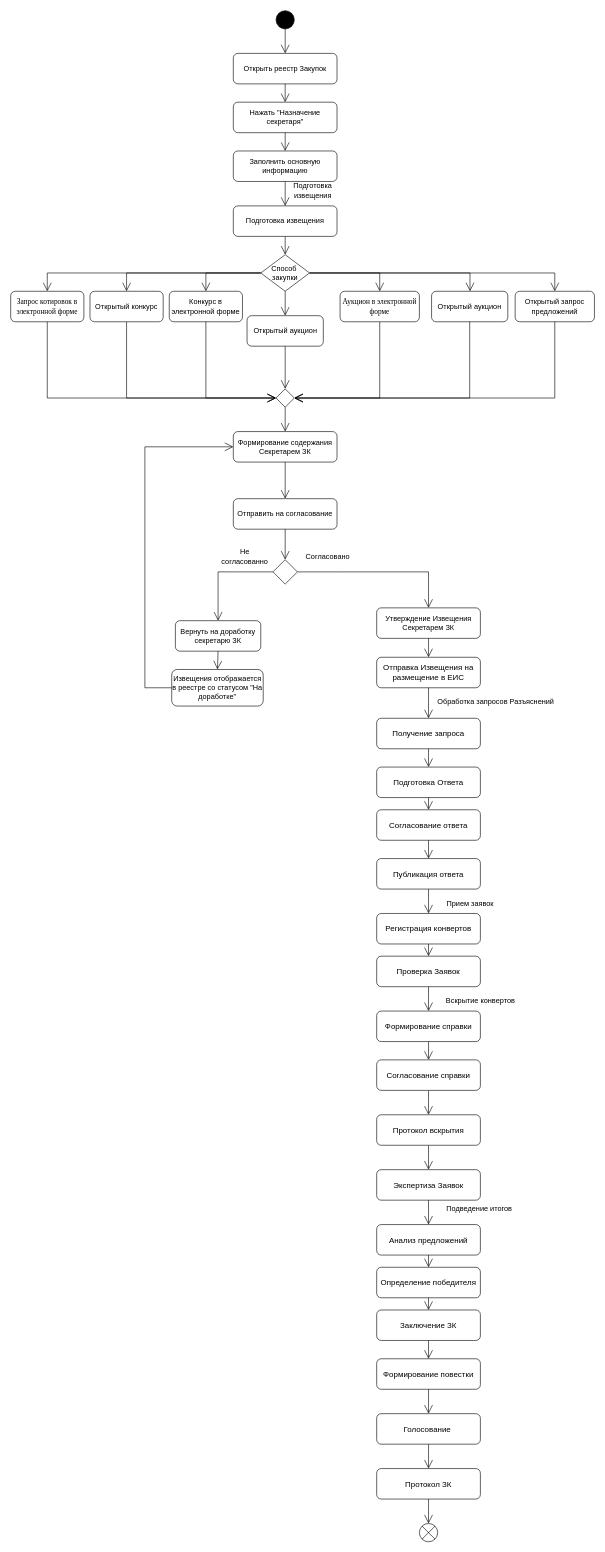
Earlier version of the draw.io diagram page "Проведение закупок" (9 of 9) of Предметная область SRM.drawio (realrvs/drawio). Source tidied: cells renumbered, new cells numbered last; positions are measured from the earlier drawing's top-left corner, leaving out a move shared by most shapes. Both pictures are drawn from the tidied source at 61%, with x=0, y=0 at pixel (10, 10).
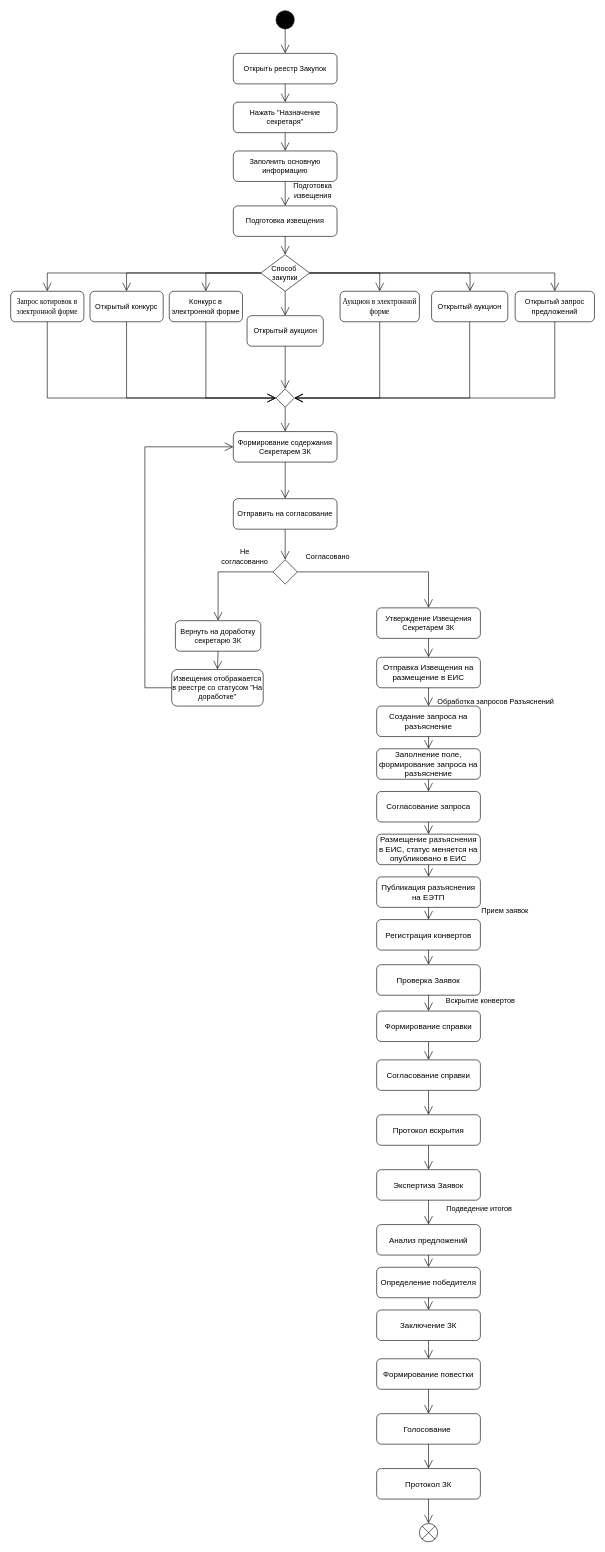
The same diagram, later.

The edit, as a diff of the source:
```diff
@@
-    <mxCell id="54" value="&lt;font face=&quot;Calibri, sans-serif&quot;&gt;&lt;span style=&quot;font-size: 13px;&quot;&gt;Получение запроса&lt;/span&gt;&lt;/font&gt;" style="html=1;whiteSpace=wrap;rounded=1;" parent="1" vertex="1">
-      <mxGeometry x="600" y="1160" width="170" height="50" as="geometry" />
+    <mxCell id="54" value="&lt;font face=&quot;Calibri, sans-serif&quot;&gt;&lt;span style=&quot;font-size: 13px;&quot;&gt;Создание запроса на разъяснение&lt;/span&gt;&lt;/font&gt;" style="html=1;whiteSpace=wrap;rounded=1;" parent="1" vertex="1">
+      <mxGeometry x="600" y="1140" width="170" height="50" as="geometry" />
     </mxCell>
-    <mxCell id="55" value="&lt;font face=&quot;Calibri, sans-serif&quot;&gt;&lt;span style=&quot;font-size: 13px;&quot;&gt;Подготовка Ответа&lt;/span&gt;&lt;/font&gt;" style="html=1;whiteSpace=wrap;rounded=1;" parent="1" vertex="1">
-      <mxGeometry x="600" y="1240" width="170" height="50" as="geometry" />
+    <mxCell id="55" value="&lt;font face=&quot;Calibri, sans-serif&quot;&gt;&lt;span style=&quot;font-size: 13px;&quot;&gt;Заполнение поле, формирование запроса на разъяснение&lt;/span&gt;&lt;/font&gt;" style="html=1;whiteSpace=wrap;rounded=1;" parent="1" vertex="1">
+      <mxGeometry x="600" y="1210" width="170" height="50" as="geometry" />
     </mxCell>
-    <mxCell id="56" value="&lt;font face=&quot;Calibri, sans-serif&quot;&gt;&lt;span style=&quot;font-size: 13px;&quot;&gt;Согласование ответа&lt;/span&gt;&lt;/font&gt;" style="html=1;whiteSpace=wrap;rounded=1;" parent="1" vertex="1">
-      <mxGeometry x="600" y="1310" width="170" height="50" as="geometry" />
+    <mxCell id="56" value="&lt;font face=&quot;Calibri, sans-serif&quot;&gt;&lt;span style=&quot;font-size: 13px;&quot;&gt;Согласование запроса&lt;/span&gt;&lt;/font&gt;" style="html=1;whiteSpace=wrap;rounded=1;" parent="1" vertex="1">
+      <mxGeometry x="600" y="1280" width="170" height="50" as="geometry" />
     </mxCell>
-    <mxCell id="57" value="&lt;font face=&quot;Calibri, sans-serif&quot;&gt;&lt;span style=&quot;font-size: 13px;&quot;&gt;Публикация ответа&lt;/span&gt;&lt;/font&gt;" style="html=1;whiteSpace=wrap;rounded=1;" parent="1" vertex="1">
-      <mxGeometry x="600" y="1390" width="170" height="50" as="geometry" />
+    <mxCell id="57" value="&lt;font face=&quot;Calibri, sans-serif&quot;&gt;&lt;span style=&quot;font-size: 13px;&quot;&gt;Размещение разъяснения в ЕИС, статус меняется на опубликовано в ЕИС&lt;/span&gt;&lt;/font&gt;" style="html=1;whiteSpace=wrap;rounded=1;" parent="1" vertex="1">
+      <mxGeometry x="600" y="1350" width="170" height="50" as="geometry" />
     </mxCell>
     <mxCell id="58" value="&lt;font face=&quot;Calibri, sans-serif&quot;&gt;&lt;span style=&quot;font-size: 13px;&quot;&gt;Регистрация конвертов&lt;/span&gt;&lt;/font&gt;" style="html=1;whiteSpace=wrap;rounded=1;" parent="1" vertex="1">
-      <mxGeometry x="600" y="1480" width="170" height="50" as="geometry" />
+      <mxGeometry x="600" y="1490" width="170" height="50" as="geometry" />
     </mxCell>
     <mxCell id="59" value="&lt;font face=&quot;Calibri, sans-serif&quot;&gt;&lt;span style=&quot;font-size: 13px;&quot;&gt;Проверка Заявок&lt;/span&gt;&lt;/font&gt;" style="html=1;whiteSpace=wrap;rounded=1;" parent="1" vertex="1">
-      <mxGeometry x="600" y="1550" width="170" height="50" as="geometry" />
+      <mxGeometry x="600" y="1564" width="170" height="50" as="geometry" />
     </mxCell>
@@
-    <mxCell id="64" style="endArrow=open;endFill=1;endSize=12;html=1;rounded=0;exitX=0.5;exitY=1;exitDx=0;exitDy=0;entryX=0.5;entryY=0;entryDx=0;entryDy=0;" parent="1" edge="1" source="57" target="58">
+    <mxCell id="64" style="endArrow=open;endFill=1;endSize=12;html=1;rounded=0;exitX=0.5;exitY=1;exitDx=0;exitDy=0;entryX=0.5;entryY=0;entryDx=0;entryDy=0;" parent="1" edge="1" source="57" target="91">
       <mxGeometry relative="1" as="geometry" />
     </mxCell>
@@
     <mxCell id="77" value="Прием заявок" style="text;html=1;align=center;verticalAlign=middle;strokeColor=none;fillColor=none;" parent="1" vertex="1">
-      <mxGeometry x="702.5" y="1450" width="100" height="30" as="geometry" />
+      <mxGeometry x="760" y="1460" width="100" height="30" as="geometry" />
     </mxCell>
@@
+    <mxCell id="91" value="&lt;font face=&quot;Calibri, sans-serif&quot;&gt;&lt;span style=&quot;font-size: 13px;&quot;&gt;Публикация разъяснения на ЕЭТП&lt;/span&gt;&lt;/font&gt;" style="html=1;whiteSpace=wrap;rounded=1;" parent="1" vertex="1">
+      <mxGeometry x="600" y="1420" width="170" height="50" as="geometry" />
+    </mxCell>
+    <mxCell id="92" style="endArrow=open;endFill=1;endSize=12;html=1;rounded=0;exitX=0.5;exitY=1;exitDx=0;exitDy=0;entryX=0.5;entryY=0;entryDx=0;entryDy=0;" parent="1" edge="1" source="91" target="58">
+      <mxGeometry relative="1" as="geometry" />
+    </mxCell>
```
